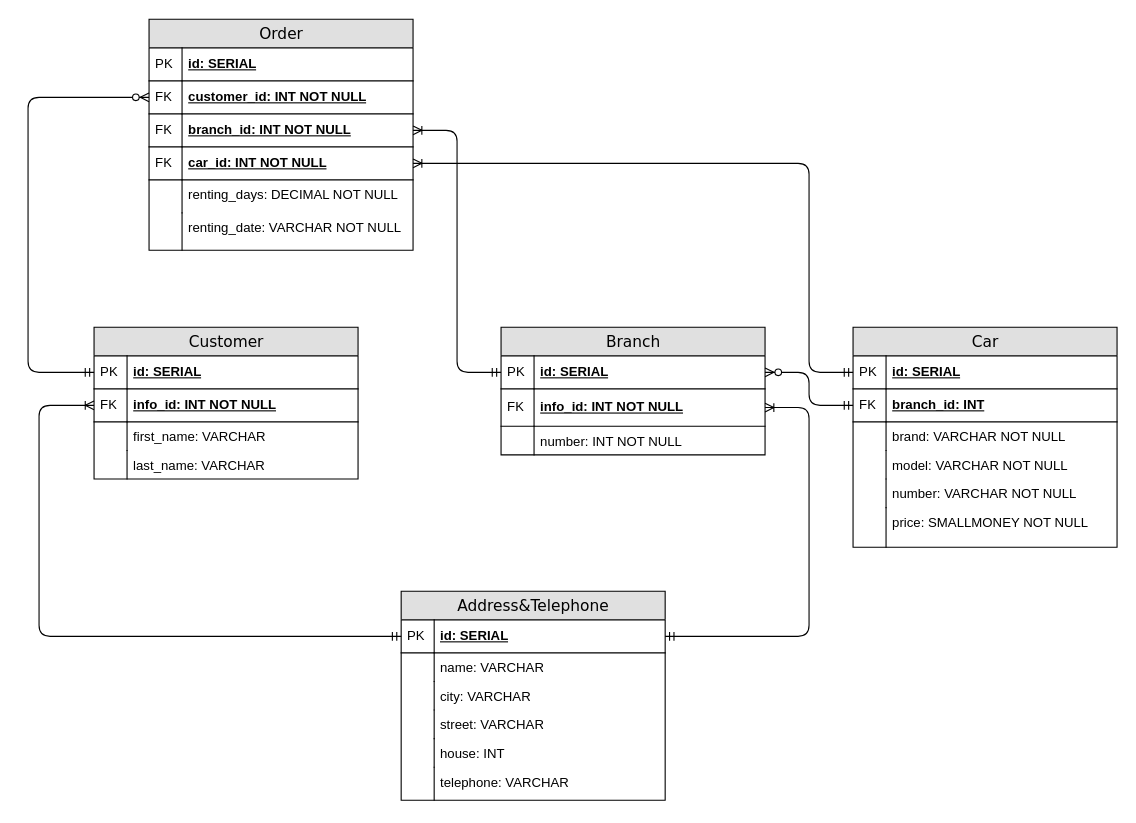
Earlier version of the draw.io diagram databases/car-branches/3NF.drawio (banchinche/python-education). Source tidied: cells renumbered, new cells numbered last; positions are measured from the earlier drawing's top-left corner, leaving out a move shared by most shapes. Both pictures are drawn from the tidied source at 110%, with x=0, y=0 at pixel (28, 19).
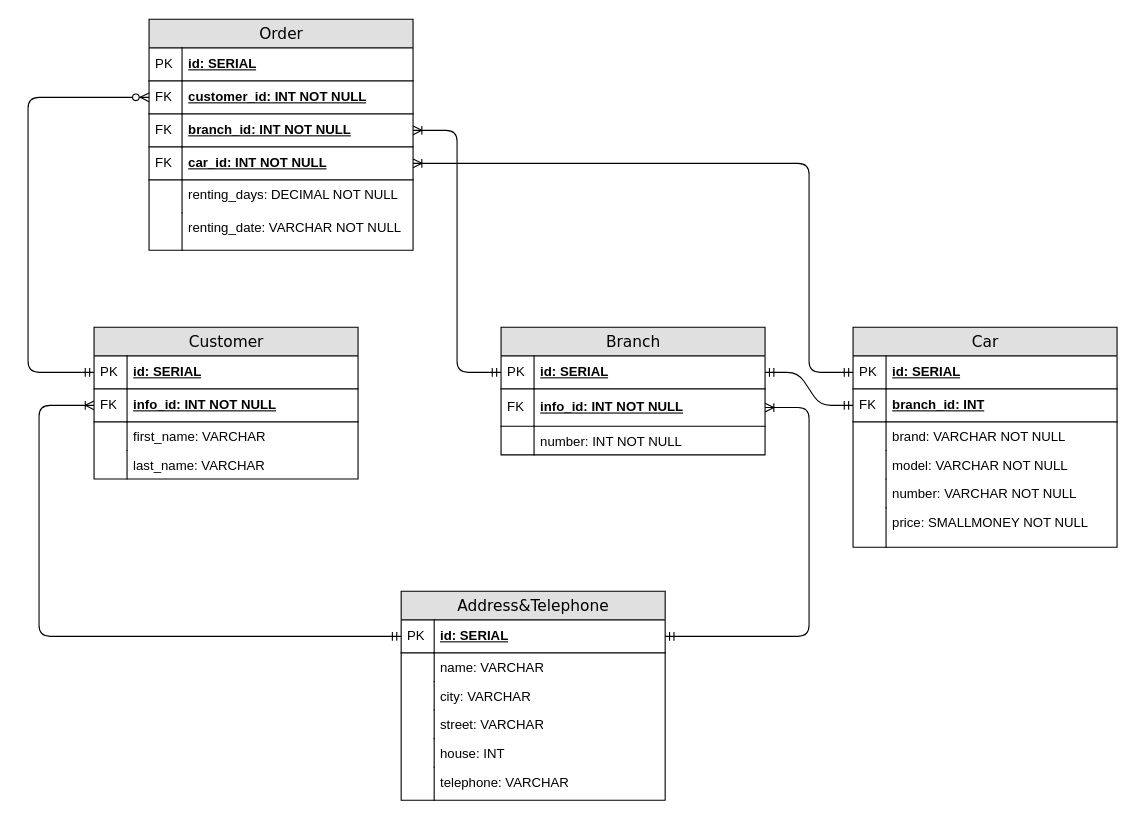
After the change.

Commit message:
Fixed branch relation to car entity 2.0

The change refers to these unchanged cells:
```xml
<mxCell id="3" value="id: SERIAL" style="shape=partialRectangle;top=0;left=0;right=0;bottom=1;html=1;align=left;verticalAlign=middle;fillColor=none;spacingLeft=34;spacingRight=4;whiteSpace=wrap;overflow=hidden;points=[[0,0.5],[1,0.5]];portConstraint=eastwest;fontStyle=5;" parent="2" vertex="1">
  <mxGeometry y="26" width="240" height="30" as="geometry" />
</mxCell>
<mxCell id="12" value="branch_id: INT" style="shape=partialRectangle;top=0;left=0;right=0;bottom=1;html=1;align=left;verticalAlign=middle;fillColor=none;spacingLeft=34;spacingRight=4;whiteSpace=wrap;overflow=hidden;points=[[0,0.5],[1,0.5]];portConstraint=eastwest;fontStyle=5;" parent="9" vertex="1">
  <mxGeometry y="56" width="240" height="30" as="geometry" />
</mxCell>
```

The edit, as a diff of the source:
```diff
@@
-    <mxCell id="62" style="edgeStyle=orthogonalEdgeStyle;fontSize=12;html=1;endArrow=ERzeroToMany;startArrow=ERmandOne;exitX=0;exitY=0.5;exitDx=0;exitDy=0;entryX=1;entryY=0.5;entryDx=0;entryDy=0;" parent="1" edge="1" source="12" target="3">
-      <mxGeometry relative="1" as="geometry" />
-    </mxCell>
+    <mxCell id="63" style="edgeStyle=entityRelationEdgeStyle;fontSize=12;html=1;endArrow=ERmandOne;startArrow=ERmandOne;entryX=0;entryY=0.5;entryDx=0;entryDy=0;exitX=1;exitY=0.5;exitDx=0;exitDy=0;" parent="1" edge="1" source="3" target="12">
+      <mxGeometry relative="1" as="geometry" />
+    </mxCell>
```
